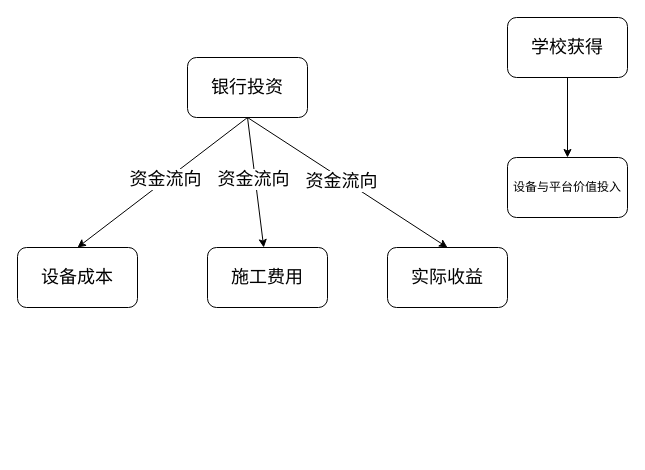
bzerozero7/test keeps this draw.io diagram as 银行投资价值收益.drawio. Above is the earlier version. Source tidied: cells renumbered, new cells numbered last; positions are measured from the earlier drawing's top-left corner, leaving out a move shared by most shapes. Both pictures are drawn from the tidied source at 100%, with x=0, y=0 at pixel (17, 17).
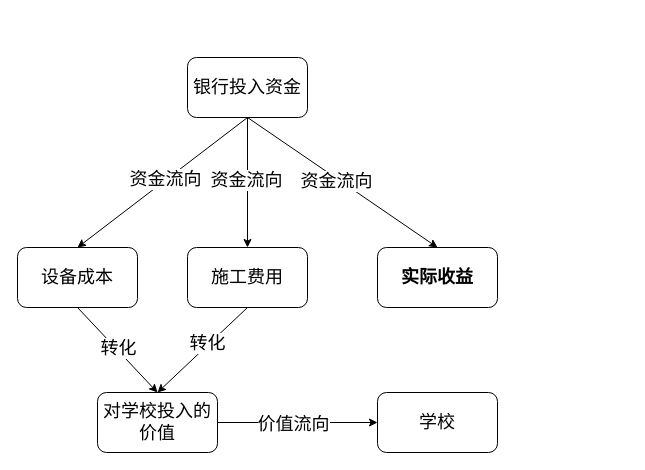
The same diagram, later.

Commit message (it also covers changes not shown here):
更新银行投资价值收益.drawio

The change refers to these unchanged cells:
```xml
<mxCell id="3" value="&lt;span style=&quot;font-size: 18px;&quot;&gt;设备成本&lt;/span&gt;" style="rounded=1;whiteSpace=wrap;html=1;" parent="1" vertex="1">
  <mxGeometry y="230" width="120" height="60" as="geometry" />
</mxCell>
```

Change to the diagram source:
```diff
@@
-    <mxCell id="2" value="&lt;font style=&quot;font-size: 18px;&quot;&gt;银行投资&lt;/font&gt;" style="rounded=1;whiteSpace=wrap;html=1;" parent="1" vertex="1">
+    <mxCell id="2" value="&lt;font style=&quot;font-size: 18px;&quot;&gt;银行投入资金&lt;/font&gt;" style="rounded=1;whiteSpace=wrap;html=1;" parent="1" vertex="1">
       <mxGeometry x="170" y="40" width="120" height="60" as="geometry" />
     </mxCell>
@@
     <mxCell id="4" value="&lt;span style=&quot;font-size: 18px;&quot;&gt;施工费用&lt;/span&gt;" style="rounded=1;whiteSpace=wrap;html=1;" parent="1" vertex="1">
-      <mxGeometry x="190" y="230" width="120" height="60" as="geometry" />
+      <mxGeometry x="170" y="230" width="120" height="60" as="geometry" />
     </mxCell>
-    <mxCell id="5" style="edgeStyle=orthogonalEdgeStyle;rounded=0;jettySize=auto;html=1;" parent="1" edge="1" source="6" target="7">
-      <mxGeometry relative="1" as="geometry" />
-    </mxCell>
-    <mxCell id="6" value="&lt;span style=&quot;font-size: 18px;&quot;&gt;学校获得&lt;/span&gt;" style="rounded=1;whiteSpace=wrap;html=1;" parent="1" vertex="1">
-      <mxGeometry x="490" width="120" height="60" as="geometry" />
+    <mxCell id="6" value="&lt;span style=&quot;font-size: 18px;&quot;&gt;学校&lt;/span&gt;" style="rounded=1;whiteSpace=wrap;html=1;" parent="1" vertex="1">
+      <mxGeometry x="360" y="375" width="120" height="60" as="geometry" />
     </mxCell>
+    <mxCell id="15" style="edgeStyle=orthogonalEdgeStyle;rounded=0;jettySize=auto;html=1;exitX=1;exitY=0.5;exitDx=0;exitDy=0;" parent="1" edge="1" source="7" target="6">
+      <mxGeometry relative="1" as="geometry" />
+    </mxCell>
+    <mxCell id="16" value="&lt;font style=&quot;font-size: 18px;&quot;&gt;价值流向&lt;/font&gt;" style="edgeLabel;html=1;align=center;verticalAlign=middle;" parent="15" vertex="1">
+      <mxGeometry x="-0.06" y="-1" relative="1" as="geometry" />
+    </mxCell>
-    <mxCell id="7" value="设备与平台价值投入" style="whiteSpace=wrap;html=1;rounded=1;" parent="1" vertex="1">
-      <mxGeometry x="490" y="140" width="120" height="60" as="geometry" />
+    <mxCell id="7" value="&lt;span style=&quot;font-size: 18px;&quot;&gt;对学校投入的价值&lt;/span&gt;" style="whiteSpace=wrap;html=1;rounded=1;" parent="1" vertex="1">
+      <mxGeometry x="80" y="375" width="120" height="60" as="geometry" />
     </mxCell>
@@
-    <mxCell id="12" value="&lt;font style=&quot;font-size: 18px;&quot;&gt;实际收益&lt;/font&gt;" style="rounded=1;whiteSpace=wrap;html=1;" parent="1" vertex="1">
-      <mxGeometry x="370" y="230" width="120" height="60" as="geometry" />
+    <mxCell id="12" value="&lt;font style=&quot;font-size: 18px;&quot;&gt;&lt;b&gt;实际收益&lt;/b&gt;&lt;/font&gt;" style="rounded=1;whiteSpace=wrap;html=1;" parent="1" vertex="1">
+      <mxGeometry x="360" y="230" width="120" height="60" as="geometry" />
     </mxCell>
@@
+    <mxCell id="17" style="endArrow=classic;html=1;rounded=0;exitX=0.5;exitY=1;exitDx=0;exitDy=0;entryX=0.5;entryY=0;entryDx=0;entryDy=0;" parent="1" edge="1" source="3" target="7">
+      <mxGeometry relative="1" as="geometry" />
+    </mxCell>
+    <mxCell id="18" value="&lt;font style=&quot;font-size: 18px;&quot;&gt;转化&lt;/font&gt;" style="edgeLabel;html=1;align=center;verticalAlign=middle;" parent="17" vertex="1">
+      <mxGeometry x="-0.03" y="2" relative="1" as="geometry" />
+    </mxCell>
+    <mxCell id="19" style="endArrow=classic;html=1;rounded=0;exitX=0.5;exitY=1;exitDx=0;exitDy=0;entryX=0.5;entryY=0;entryDx=0;entryDy=0;" parent="1" edge="1" source="4" target="7">
+      <mxGeometry relative="1" as="geometry" />
+    </mxCell>
+    <mxCell id="20" value="&lt;font style=&quot;font-size: 18px;&quot;&gt;转化&lt;/font&gt;" style="edgeLabel;html=1;align=center;verticalAlign=middle;" parent="19" vertex="1">
+      <mxGeometry x="-0.12" y="-2" relative="1" as="geometry" />
+    </mxCell>
```
